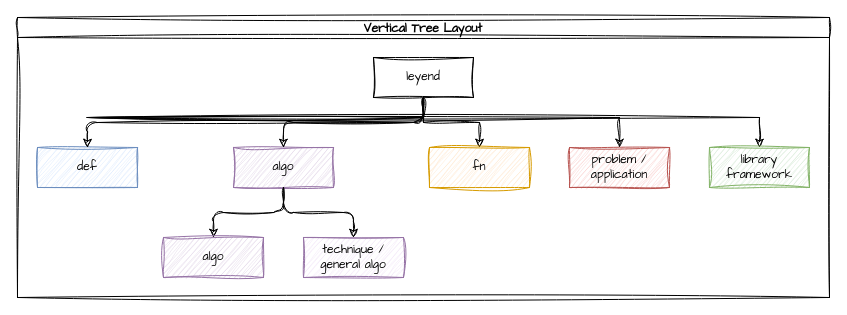
Earlier version of the draw.io diagram page "leyend" (5 of 5) of ai.drawio (jagbarrameda/24.03-ai-course-cs50-harvard). Source tidied: cells renumbered, new cells numbered last; positions are measured from the earlier drawing's top-left corner, leaving out a move shared by most shapes. Both pictures are drawn from the tidied source at 100%, with x=0, y=0 at pixel (17, 17).
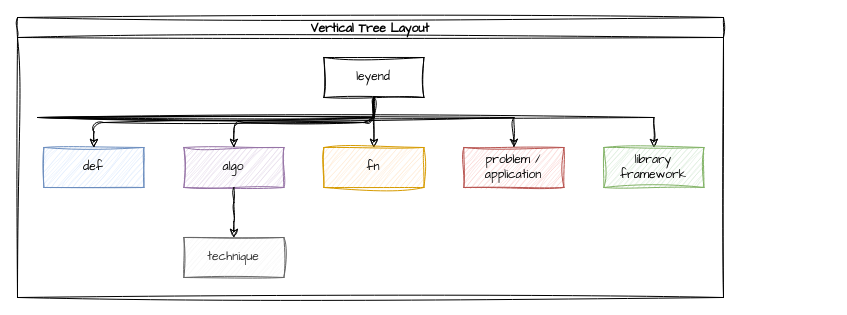
The same diagram, later.

Diff of the diagram source:
```diff
@@
     <mxCell id="2" value="Vertical Tree Layout" style="swimlane;startSize=20;horizontal=1;horizontalTree=0;containerType=tree;fontSize=12;sketch=1;hachureGap=4;jiggle=2;curveFitting=1;fontFamily=Architects Daughter;direction=east;" parent="1" vertex="1">
-      <mxGeometry width="812" height="280" as="geometry" />
+      <mxGeometry width="706" height="280" as="geometry" />
     </mxCell>
     <mxCell id="3" value="leyend" style="whiteSpace=wrap;html=1;sketch=1;hachureGap=4;jiggle=2;curveFitting=1;fontFamily=Architects Daughter;" parent="2" vertex="1">
-      <mxGeometry x="356" y="40" width="100" height="40" as="geometry" />
+      <mxGeometry x="306.4" y="40" width="100" height="40" as="geometry" />
     </mxCell>
     <mxCell id="4" value="def" style="whiteSpace=wrap;html=1;sketch=1;hachureGap=4;jiggle=2;curveFitting=1;fontFamily=Architects Daughter;fillColor=#dae8fc;strokeColor=#6c8ebf;" parent="2" vertex="1">
-      <mxGeometry x="20" y="130" width="100" height="40" as="geometry" />
+      <mxGeometry x="26.4" y="130" width="100" height="40" as="geometry" />
     </mxCell>
@@
     <mxCell id="6" value="algo" style="whiteSpace=wrap;html=1;sketch=1;hachureGap=4;jiggle=2;curveFitting=1;fontFamily=Architects Daughter;fillColor=#e1d5e7;strokeColor=#9673a6;" parent="2" vertex="1">
-      <mxGeometry x="216" y="130" width="100" height="40" as="geometry" />
+      <mxGeometry x="166.4" y="130" width="100" height="40" as="geometry" />
     </mxCell>
@@
     <mxCell id="9" value="fn" style="whiteSpace=wrap;html=1;sketch=1;hachureGap=4;jiggle=2;curveFitting=1;fontFamily=Architects Daughter;fillColor=#ffe6cc;strokeColor=#d79b00;" parent="2" vertex="1">
-      <mxGeometry x="412" y="130" width="100" height="40" as="geometry" />
+      <mxGeometry x="306.4" y="130" width="100" height="40" as="geometry" />
     </mxCell>
     <mxCell id="10" style="edgeStyle=orthogonalEdgeStyle;rounded=0;sketch=1;hachureGap=4;jiggle=2;curveFitting=1;jettySize=auto;html=1;" parent="2" edge="1" source="3" target="11">
       <mxGeometry relative="1" as="geometry">
         <Array as="points">
-          <mxPoint x="70" y="100" />
-          <mxPoint x="210" y="100" />
+          <mxPoint x="20.4" y="100" />
+          <mxPoint x="160.4" y="100" />
         </Array>
       </mxGeometry>
     </mxCell>
     <mxCell id="11" value="problem / application" style="whiteSpace=wrap;html=1;sketch=1;hachureGap=4;jiggle=2;curveFitting=1;fontFamily=Architects Daughter;fillColor=#f8cecc;strokeColor=#b85450;" parent="2" vertex="1">
-      <mxGeometry x="552" y="130" width="100" height="40" as="geometry" />
+      <mxGeometry x="446.4" y="130" width="100" height="40" as="geometry" />
     </mxCell>
     <mxCell id="12" style="edgeStyle=orthogonalEdgeStyle;rounded=0;sketch=1;hachureGap=4;jiggle=2;curveFitting=1;jettySize=auto;html=1;" parent="2" edge="1" source="3" target="13">
       <mxGeometry relative="1" as="geometry">
         <Array as="points">
-          <mxPoint x="69.6" y="100" />
-          <mxPoint x="349.6" y="100" />
+          <mxPoint x="20" y="100" />
+          <mxPoint x="300" y="100" />
         </Array>
       </mxGeometry>
     </mxCell>
     <mxCell id="13" value="library framework" style="whiteSpace=wrap;html=1;sketch=1;hachureGap=4;jiggle=2;curveFitting=1;fontFamily=Architects Daughter;fillColor=#d5e8d4;strokeColor=#82b366;" parent="2" vertex="1">
-      <mxGeometry x="692" y="130" width="100" height="40" as="geometry" />
+      <mxGeometry x="586.4" y="130" width="100" height="40" as="geometry" />
     </mxCell>
-    <mxCell id="14" style="edgeStyle=elbowEdgeStyle;elbow=vertical;html=1;rounded=1;curved=0;sourcePerimeterSpacing=0;targetPerimeterSpacing=0;startSize=6;endSize=6;sketch=1;hachureGap=4;jiggle=2;curveFitting=1;fontFamily=Architects Daughter;" parent="2" edge="1" source="6" target="15">
-      <mxGeometry relative="1" as="geometry" />
-    </mxCell>
-    <mxCell id="15" value="algo" style="whiteSpace=wrap;html=1;sketch=1;hachureGap=4;jiggle=2;curveFitting=1;fontFamily=Architects Daughter;fillColor=#e1d5e7;strokeColor=#9673a6;" parent="2" vertex="1">
-      <mxGeometry x="146" y="220" width="100" height="40" as="geometry" />
-    </mxCell>
@@
-    <mxCell id="17" value="technique / general algo" style="whiteSpace=wrap;html=1;sketch=1;hachureGap=4;jiggle=2;curveFitting=1;fontFamily=Architects Daughter;fillColor=#F1E5F7;strokeColor=#9673a6;gradientColor=none;rounded=0;" parent="2" vertex="1">
-      <mxGeometry x="286" y="220" width="100" height="40" as="geometry" />
+    <mxCell id="17" value="technique" style="whiteSpace=wrap;html=1;sketch=1;hachureGap=4;jiggle=2;curveFitting=1;fontFamily=Architects Daughter;fillColor=#f5f5f5;strokeColor=#666666;rounded=0;fontColor=#333333;" parent="2" vertex="1">
+      <mxGeometry x="166.4" y="220" width="100" height="40" as="geometry" />
     </mxCell>
```
